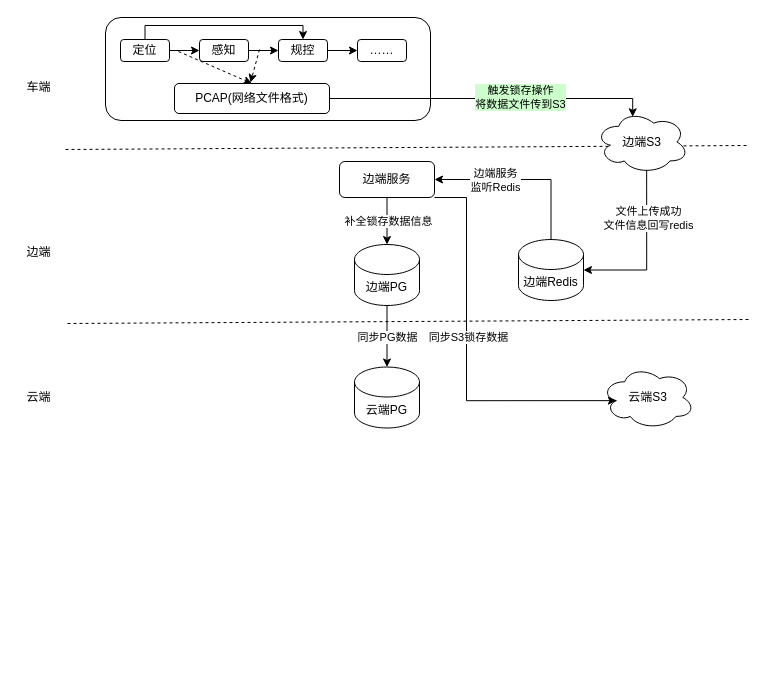
Above: framework/eq-datacloseloop.drawio in Morty123456/DrawIo (draw.io), before the change. Source tidied: cells renumbered, new cells numbered last; positions are measured from the earlier drawing's top-left corner, leaving out a move shared by most shapes. Both pictures are drawn from the tidied source at 100%, with x=0, y=0 at pixel (17, 17).
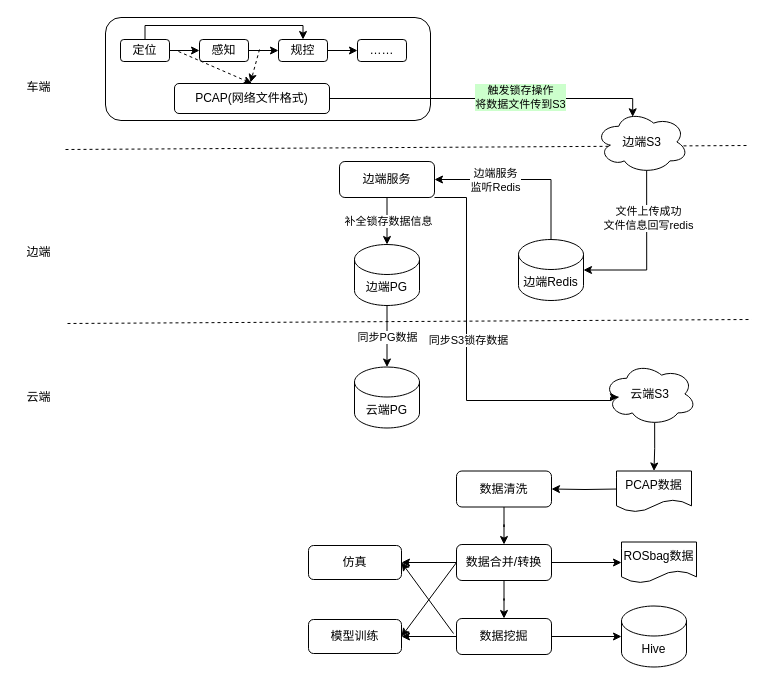
After the change.

Unchanged cells that the change refers to:
```xml
<mxCell id="32" value="边端服务" style="rounded=1;whiteSpace=wrap;html=1;" parent="1" vertex="1">
  <mxGeometry x="322" y="144" width="95" height="36" as="geometry" />
</mxCell>
```

The edit, as a diff of the source:
```diff
@@
+    <mxCell id="37" style="edgeStyle=orthogonalEdgeStyle;rounded=0;jettySize=auto;html=1;exitX=0.55;exitY=0.95;exitDx=0;exitDy=0;exitPerimeter=0;entryX=0.5;entryY=0;entryDx=0;entryDy=0;" parent="1" edge="1" source="34" target="50">
+      <mxGeometry relative="1" as="geometry" />
+    </mxCell>
     <mxCell id="34" value="云端S3" style="ellipse;shape=cloud;whiteSpace=wrap;html=1;" parent="1" vertex="1">
-      <mxGeometry x="584" y="348.5" width="93" height="63" as="geometry" />
+      <mxGeometry x="586" y="345" width="93" height="63" as="geometry" />
     </mxCell>
     <mxCell id="35" style="edgeStyle=orthogonalEdgeStyle;rounded=0;jettySize=auto;html=1;exitX=1;exitY=1;exitDx=0;exitDy=0;entryX=0.16;entryY=0.55;entryDx=0;entryDy=0;entryPerimeter=0;" parent="1" edge="1" source="32" target="34">
       <mxGeometry relative="1" as="geometry">
         <Array as="points">
           <mxPoint x="449" y="180" />
           <mxPoint x="449" y="383" />
+          <mxPoint x="593" y="383" />
+          <mxPoint x="593" y="380" />
         </Array>
       </mxGeometry>
     </mxCell>
@@
+    <mxCell id="38" style="edgeStyle=orthogonalEdgeStyle;rounded=0;jettySize=auto;html=1;entryX=1;entryY=0.5;entryDx=0;entryDy=0;" parent="1" edge="1" target="40">
+      <mxGeometry relative="1" as="geometry">
+        <mxPoint x="601" y="471.5" as="sourcePoint" />
+      </mxGeometry>
+    </mxCell>
+    <mxCell id="39" style="edgeStyle=orthogonalEdgeStyle;rounded=0;jettySize=auto;html=1;" parent="1" edge="1" source="40" target="45">
+      <mxGeometry relative="1" as="geometry" />
+    </mxCell>
+    <mxCell id="40" value="数据清洗" style="rounded=1;whiteSpace=wrap;html=1;" parent="1" vertex="1">
+      <mxGeometry x="439" y="453.5" width="95" height="36" as="geometry" />
+    </mxCell>
+    <mxCell id="41" style="edgeStyle=orthogonalEdgeStyle;rounded=0;jettySize=auto;html=1;" parent="1" edge="1" source="45" target="49">
+      <mxGeometry relative="1" as="geometry" />
+    </mxCell>
+    <mxCell id="42" style="edgeStyle=orthogonalEdgeStyle;rounded=0;jettySize=auto;html=1;entryX=0;entryY=0.5;entryDx=0;entryDy=0;" parent="1" edge="1" source="45" target="51">
+      <mxGeometry relative="1" as="geometry" />
+    </mxCell>
+    <mxCell id="43" style="rounded=0;jettySize=auto;html=1;entryX=1;entryY=0.5;entryDx=0;entryDy=0;exitX=0;exitY=0.5;exitDx=0;exitDy=0;" parent="1" edge="1" source="45" target="54">
+      <mxGeometry relative="1" as="geometry" />
+    </mxCell>
+    <mxCell id="44" style="edgeStyle=orthogonalEdgeStyle;rounded=0;jettySize=auto;html=1;entryX=1;entryY=0.5;entryDx=0;entryDy=0;" parent="1" edge="1" source="45" target="53">
+      <mxGeometry relative="1" as="geometry" />
+    </mxCell>
+    <mxCell id="45" value="数据合并/转换" style="rounded=1;whiteSpace=wrap;html=1;" parent="1" vertex="1">
+      <mxGeometry x="439" y="527" width="95" height="36" as="geometry" />
+    </mxCell>
+    <mxCell id="46" style="edgeStyle=orthogonalEdgeStyle;rounded=0;jettySize=auto;html=1;" parent="1" edge="1" source="49" target="52">
+      <mxGeometry relative="1" as="geometry" />
+    </mxCell>
+    <mxCell id="47" style="rounded=0;jettySize=auto;html=1;entryX=1;entryY=0.5;entryDx=0;entryDy=0;" parent="1" edge="1" target="53">
+      <mxGeometry relative="1" as="geometry">
+        <mxPoint x="436" y="616" as="sourcePoint" />
+      </mxGeometry>
+    </mxCell>
+    <mxCell id="48" style="edgeStyle=orthogonalEdgeStyle;rounded=0;jettySize=auto;html=1;entryX=1;entryY=0.5;entryDx=0;entryDy=0;" parent="1" edge="1" source="49" target="54">
+      <mxGeometry relative="1" as="geometry" />
+    </mxCell>
+    <mxCell id="49" value="数据挖掘" style="rounded=1;whiteSpace=wrap;html=1;" parent="1" vertex="1">
+      <mxGeometry x="439" y="601" width="95" height="36" as="geometry" />
+    </mxCell>
+    <mxCell id="50" value="PCAP数据" style="shape=document;whiteSpace=wrap;html=1;boundedLbl=1;" parent="1" vertex="1">
+      <mxGeometry x="599" y="453.5" width="75" height="41" as="geometry" />
+    </mxCell>
+    <mxCell id="51" value="ROSbag数据" style="shape=document;whiteSpace=wrap;html=1;boundedLbl=1;" parent="1" vertex="1">
+      <mxGeometry x="604" y="524.5" width="75" height="41" as="geometry" />
+    </mxCell>
+    <mxCell id="52" value="Hive" style="shape=cylinder3;whiteSpace=wrap;html=1;boundedLbl=1;backgroundOutline=1;size=15;" parent="1" vertex="1">
+      <mxGeometry x="604" y="588.5" width="65" height="61" as="geometry" />
+    </mxCell>
+    <mxCell id="53" value="仿真" style="rounded=1;whiteSpace=wrap;html=1;" parent="1" vertex="1">
+      <mxGeometry x="291" y="528" width="93" height="34" as="geometry" />
+    </mxCell>
+    <mxCell id="54" value="模型训练" style="rounded=1;whiteSpace=wrap;html=1;" parent="1" vertex="1">
+      <mxGeometry x="291" y="602" width="93" height="34" as="geometry" />
+    </mxCell>
```
